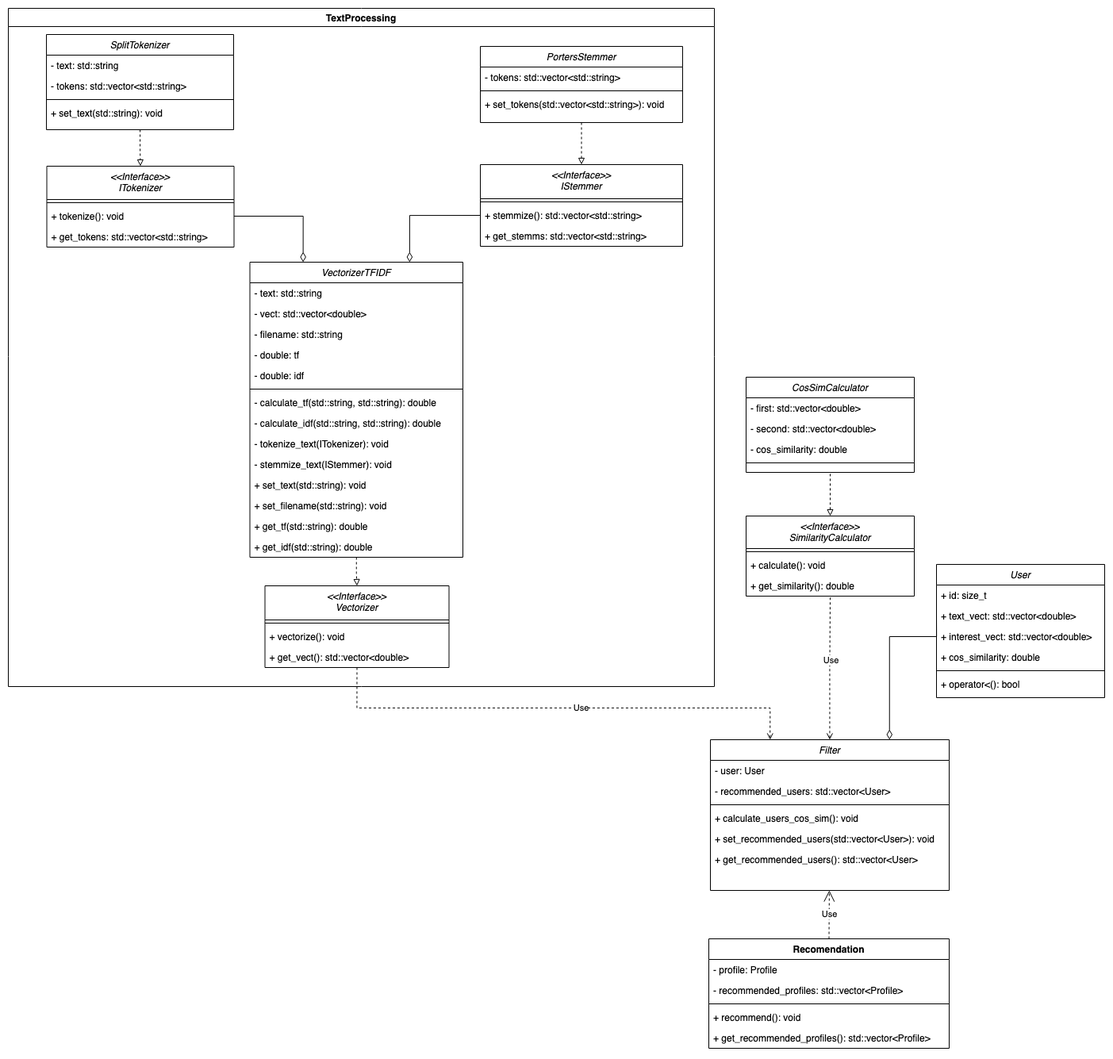
Above: hw3_5/image/uml.png in Vazhid/vk_edu_cpp_projects (draw.io), before the change. Source tidied: cells renumbered, new cells last; positions are measured from the earlier drawing's top-left corner, leaving out a move shared by most shapes.
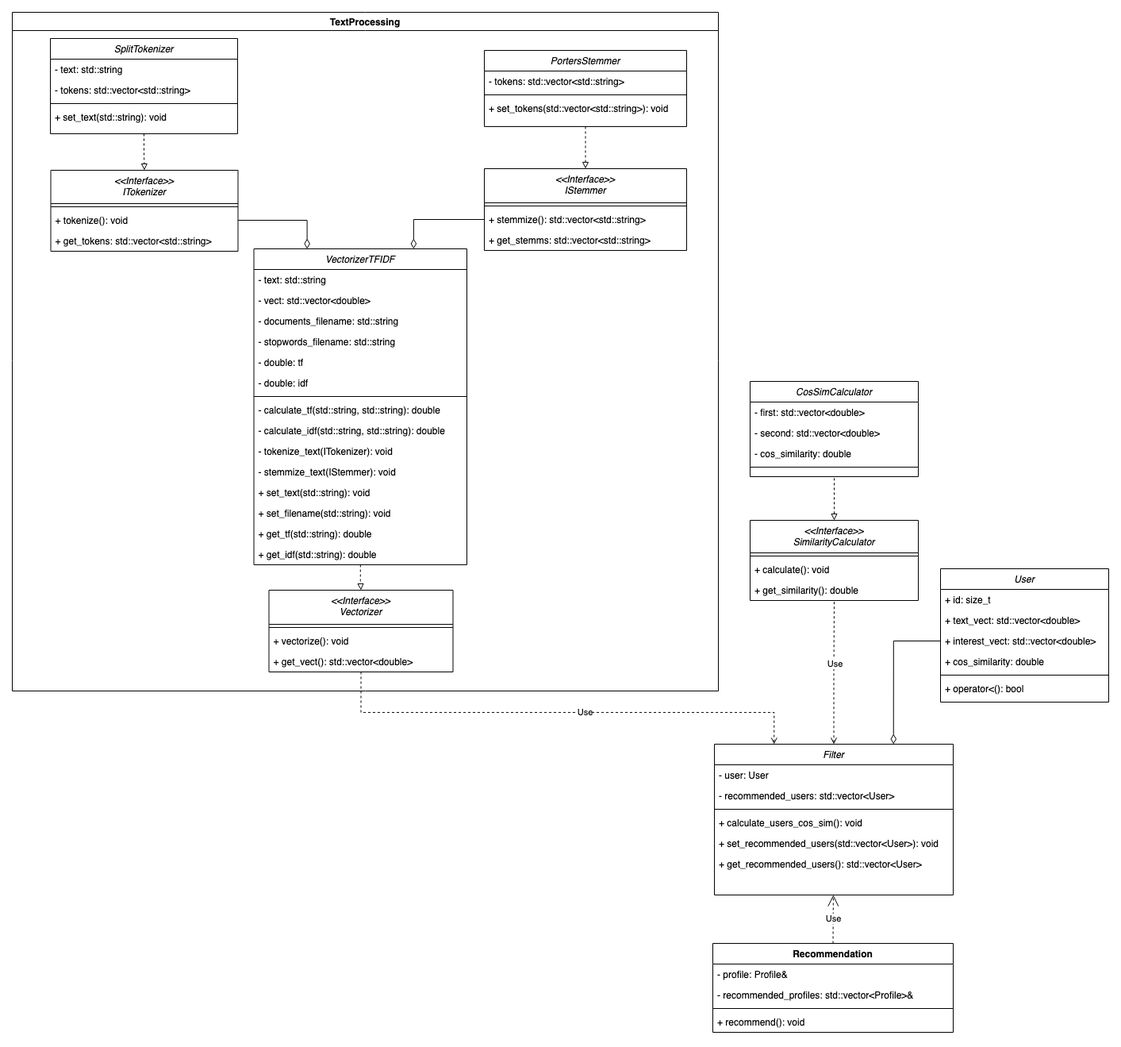
The same diagram one commit later.

Change to the diagram source:
```diff
@@ -41,9 +41,9 @@
     <mxCell id="14" style="edgeStyle=orthogonalEdgeStyle;rounded=0;jettySize=auto;html=1;entryX=0.5;entryY=1;entryDx=0;entryDy=0;dashed=1;endArrow=none;endFill=0;startArrow=open;startFill=0;" parent="1" edge="1" source="16" target="76">
       <mxGeometry relative="1" as="geometry" />
     </mxCell>
-    <mxCell id="15" value="Use" style="edgeLabel;html=1;align=center;verticalAlign=middle;" parent="14" vertex="1">
-      <mxGeometry x="0.12" relative="1" as="geometry" />
-    </mxCell>
+    <mxCell id="80" value="Use" style="edgeLabel;html=1;align=center;verticalAlign=middle;" parent="14" vertex="1">
+      <mxGeometry x="0.12" relative="1" as="geometry" />
+    </mxCell>
     <mxCell id="16" value="Filter" style="swimlane;fontStyle=2;align=center;verticalAlign=top;horizontal=1;startSize=26;rounded=0;shadow=0;strokeWidth=1;" parent="1" vertex="1">
       <mxGeometry x="885" y="922" width="301" height="190" as="geometry" />
     </mxCell>
@@ -72,27 +72,24 @@
         </Array>
       </mxGeometry>
     </mxCell>
-    <mxCell id="24" value="Use" style="endArrow=open;endSize=12;dashed=1;html=1;rounded=0;exitX=0.5;exitY=0;exitDx=0;exitDy=0;" parent="1" edge="1" source="25" target="16">
+    <mxCell id="24" value="Use" style="endArrow=open;endSize=12;dashed=1;html=1;rounded=0;exitX=0.5;exitY=0;exitDx=0;exitDy=0;" parent="1" edge="1" source="81" target="16">
       <mxGeometry relative="1" as="geometry" />
     </mxCell>
-    <mxCell id="25" value="Recomendation" style="swimlane;fontStyle=1;align=center;verticalAlign=top;horizontal=1;startSize=26;whiteSpace=wrap;html=1;" parent="1" vertex="1">
-      <mxGeometry x="883" y="1173" width="303" height="138" as="geometry" />
-    </mxCell>
-    <mxCell id="26" value="- profile: Profile" style="text;strokeColor=none;fillColor=none;align=left;verticalAlign=top;spacingLeft=4;spacingRight=4;overflow=hidden;whiteSpace=wrap;html=1;" parent="25" vertex="1">
-      <mxGeometry y="26" width="303" height="26" as="geometry" />
-    </mxCell>
-    <mxCell id="27" value="- recommended_profiles: std::vector&amp;lt;Profile&amp;gt;" style="text;strokeColor=none;fillColor=none;align=left;verticalAlign=top;spacingLeft=4;spacingRight=4;overflow=hidden;whiteSpace=wrap;html=1;" parent="25" vertex="1">
-      <mxGeometry y="52" width="303" height="26" as="geometry" />
-    </mxCell>
+    <mxCell id="81" value="Recommendation" style="swimlane;fontStyle=1;align=center;verticalAlign=top;horizontal=1;startSize=26;whiteSpace=wrap;html=1;" parent="1" vertex="1">
+      <mxGeometry x="883" y="1173" width="303" height="112" as="geometry" />
+    </mxCell>
+    <mxCell id="82" value="- profile: Profile&amp;amp;" style="text;strokeColor=none;fillColor=none;align=left;verticalAlign=top;spacingLeft=4;spacingRight=4;overflow=hidden;whiteSpace=wrap;html=1;" parent="81" vertex="1">
+      <mxGeometry y="26" width="303" height="26" as="geometry" />
+    </mxCell>
+    <mxCell id="83" value="- recommended_profiles: std::vector&amp;lt;Profile&amp;gt;&amp;amp;" style="text;strokeColor=none;fillColor=none;align=left;verticalAlign=top;spacingLeft=4;spacingRight=4;overflow=hidden;whiteSpace=wrap;html=1;" parent="81" vertex="1">
+      <mxGeometry y="52" width="303" height="26" as="geometry" />
+    </mxCell>
-    <mxCell id="28" style="line;strokeWidth=1;fillColor=none;align=left;verticalAlign=middle;spacingTop=-1;spacingLeft=3;spacingRight=3;labelPosition=right;strokeColor=inherit;" parent="25" vertex="1">
+    <mxCell id="28" style="line;strokeWidth=1;fillColor=none;align=left;verticalAlign=middle;spacingTop=-1;spacingLeft=3;spacingRight=3;labelPosition=right;strokeColor=inherit;" parent="81" vertex="1">
       <mxGeometry y="78" width="303" height="8" as="geometry" />
     </mxCell>
-    <mxCell id="29" value="+ recommend():&amp;nbsp;void" style="text;strokeColor=none;fillColor=none;align=left;verticalAlign=top;spacingLeft=4;spacingRight=4;overflow=hidden;whiteSpace=wrap;html=1;" parent="25" vertex="1">
+    <mxCell id="29" value="+ recommend():&amp;nbsp;void" style="text;strokeColor=none;fillColor=none;align=left;verticalAlign=top;spacingLeft=4;spacingRight=4;overflow=hidden;whiteSpace=wrap;html=1;" parent="81" vertex="1">
       <mxGeometry y="86" width="303" height="26" as="geometry" />
     </mxCell>
-    <mxCell id="30" value="+ get_recommended_profiles(): std::vector&amp;lt;Profile&amp;gt;" style="text;strokeColor=none;fillColor=none;align=left;verticalAlign=top;spacingLeft=4;spacingRight=4;overflow=hidden;whiteSpace=wrap;html=1;" parent="25" vertex="1">
-      <mxGeometry y="112" width="303" height="26" as="geometry" />
-    </mxCell>
     <mxCell id="31" value="TextProcessing" style="swimlane;" parent="1" vertex="1">
       <mxGeometry width="890" height="855" as="geometry" />
     </mxCell>
@@ -124,7 +121,7 @@
       <mxGeometry y="60" width="255" height="26" as="geometry" />
     </mxCell>
     <mxCell id="41" value="VectorizerTFIDF" style="swimlane;fontStyle=2;align=center;verticalAlign=top;horizontal=1;startSize=26;rounded=0;shadow=0;strokeWidth=1;" parent="31" vertex="1">
-      <mxGeometry x="304.5" y="320" width="268.5" height="372" as="geometry" />
+      <mxGeometry x="304.5" y="298" width="268.5" height="398" as="geometry" />
     </mxCell>
     <mxCell id="42" value="- text: std::string" style="text;align=left;verticalAlign=top;spacingLeft=4;spacingRight=4;overflow=hidden;" parent="41" vertex="1">
       <mxGeometry y="26" width="268.5" height="26" as="geometry" />
@@ -132,41 +129,44 @@
     <mxCell id="43" value="- vect: std::vector&lt;double&gt;" style="text;align=left;verticalAlign=top;spacingLeft=4;spacingRight=4;overflow=hidden;" parent="41" vertex="1">
       <mxGeometry y="52" width="268.5" height="26" as="geometry" />
     </mxCell>
-    <mxCell id="44" value="- filename: std::string" style="text;align=left;verticalAlign=top;spacingLeft=4;spacingRight=4;overflow=hidden;" parent="41" vertex="1">
-      <mxGeometry y="78" width="268.5" height="26" as="geometry" />
-    </mxCell>
+    <mxCell id="84" value="- documents_filename: std::string" style="text;align=left;verticalAlign=top;spacingLeft=4;spacingRight=4;overflow=hidden;" parent="41" vertex="1">
+      <mxGeometry y="78" width="268.5" height="26" as="geometry" />
+    </mxCell>
+    <mxCell id="85" value="- stopwords_filename: std::string" style="text;align=left;verticalAlign=top;spacingLeft=4;spacingRight=4;overflow=hidden;" parent="41" vertex="1">
+      <mxGeometry y="104" width="268.5" height="26" as="geometry" />
+    </mxCell>
     <mxCell id="45" value="- double: tf" style="text;align=left;verticalAlign=top;spacingLeft=4;spacingRight=4;overflow=hidden;" parent="41" vertex="1">
-      <mxGeometry y="104" width="268.5" height="26" as="geometry" />
+      <mxGeometry y="130" width="268.5" height="26" as="geometry" />
     </mxCell>
     <mxCell id="46" value="- double: idf" style="text;align=left;verticalAlign=top;spacingLeft=4;spacingRight=4;overflow=hidden;" parent="41" vertex="1">
-      <mxGeometry y="130" width="268.5" height="26" as="geometry" />
+      <mxGeometry y="156" width="268.5" height="26" as="geometry" />
     </mxCell>
-    <mxCell id="47" style="line;html=1;strokeWidth=1;align=left;verticalAlign=middle;spacingTop=-1;spacingLeft=3;spacingRight=3;labelPosition=right;" parent="41" vertex="1">
-      <mxGeometry y="156" width="268.5" height="8" as="geometry" />
-    </mxCell>
+    <mxCell id="86" style="line;html=1;strokeWidth=1;align=left;verticalAlign=middle;spacingTop=-1;spacingLeft=3;spacingRight=3;labelPosition=right;" parent="41" vertex="1">
+      <mxGeometry y="182" width="268.5" height="8" as="geometry" />
+    </mxCell>
     <mxCell id="48" value="- calculate_tf(std::string, std::string): double" style="text;align=left;verticalAlign=top;spacingLeft=4;spacingRight=4;overflow=hidden;" parent="41" vertex="1">
-      <mxGeometry y="164" width="268.5" height="26" as="geometry" />
+      <mxGeometry y="190" width="268.5" height="26" as="geometry" />
     </mxCell>
     <mxCell id="49" value="- calculate_idf(std::string, std::string): double" style="text;align=left;verticalAlign=top;spacingLeft=4;spacingRight=4;overflow=hidden;" parent="41" vertex="1">
-      <mxGeometry y="190" width="268.5" height="26" as="geometry" />
+      <mxGeometry y="216" width="268.5" height="26" as="geometry" />
     </mxCell>
     <mxCell id="50" value="- tokenize_text(ITokenizer): void" style="text;align=left;verticalAlign=top;spacingLeft=4;spacingRight=4;overflow=hidden;" parent="41" vertex="1">
-      <mxGeometry y="216" width="268.5" height="26" as="geometry" />
+      <mxGeometry y="242" width="268.5" height="26" as="geometry" />
     </mxCell>
     <mxCell id="51" value="- stemmize_text(IStemmer): void" style="text;align=left;verticalAlign=top;spacingLeft=4;spacingRight=4;overflow=hidden;" parent="41" vertex="1">
-      <mxGeometry y="242" width="268.5" height="26" as="geometry" />
+      <mxGeometry y="268" width="268.5" height="26" as="geometry" />
     </mxCell>
     <mxCell id="52" value="+ set_text(std::string): void" style="text;align=left;verticalAlign=top;spacingLeft=4;spacingRight=4;overflow=hidden;" parent="41" vertex="1">
-      <mxGeometry y="268" width="268.5" height="26" as="geometry" />
+      <mxGeometry y="294" width="268.5" height="26" as="geometry" />
     </mxCell>
     <mxCell id="53" value="+ set_filename(std::string): void" style="text;align=left;verticalAlign=top;spacingLeft=4;spacingRight=4;overflow=hidden;" parent="41" vertex="1">
-      <mxGeometry y="294" width="268.5" height="26" as="geometry" />
+      <mxGeometry y="320" width="268.5" height="26" as="geometry" />
     </mxCell>
     <mxCell id="54" value="+ get_tf(std::string): double " style="text;align=left;verticalAlign=top;spacingLeft=4;spacingRight=4;overflow=hidden;" parent="41" vertex="1">
-      <mxGeometry y="320" width="268.5" height="26" as="geometry" />
+      <mxGeometry y="346" width="268.5" height="26" as="geometry" />
     </mxCell>
     <mxCell id="55" value="+ get_idf(std::string): double " style="text;align=left;verticalAlign=top;spacingLeft=4;spacingRight=4;overflow=hidden;" parent="41" vertex="1">
-      <mxGeometry y="346" width="268.5" height="26" as="geometry" />
+      <mxGeometry y="372" width="268.5" height="26" as="geometry" />
     </mxCell>
     <mxCell id="56" style="edgeStyle=orthogonalEdgeStyle;rounded=0;jettySize=auto;html=1;entryX=0.25;entryY=0;entryDx=0;entryDy=0;endArrow=diamondThin;endFill=0;endSize=10;exitX=1;exitY=0.5;exitDx=0;exitDy=0;" parent="31" edge="1" source="65" target="41">
       <mxGeometry relative="1" as="geometry" />
@@ -231,11 +231,11 @@
         </Array>
       </mxGeometry>
     </mxCell>
-    <mxCell id="74" value="Use" style="edgeLabel;html=1;align=center;verticalAlign=middle;" parent="73" vertex="1">
-      <mxGeometry x="0.68" y="-3" relative="1" as="geometry">
-        <mxPoint x="-181" y="-4" as="offset" />
-      </mxGeometry>
-    </mxCell>
+    <mxCell id="87" value="Use" style="edgeLabel;html=1;align=center;verticalAlign=middle;" parent="73" vertex="1">
+      <mxGeometry x="0.68" y="-3" relative="1" as="geometry">
+        <mxPoint x="-181" y="-4" as="offset" />
+      </mxGeometry>
+    </mxCell>
     <mxCell id="75" style="edgeStyle=orthogonalEdgeStyle;rounded=0;jettySize=auto;html=1;entryX=0.5;entryY=1;entryDx=0;entryDy=0;endArrow=none;endFill=0;startArrow=block;startFill=0;dashed=1;" parent="1" edge="1" source="76" target="9">
       <mxGeometry relative="1" as="geometry" />
     </mxCell>
```
